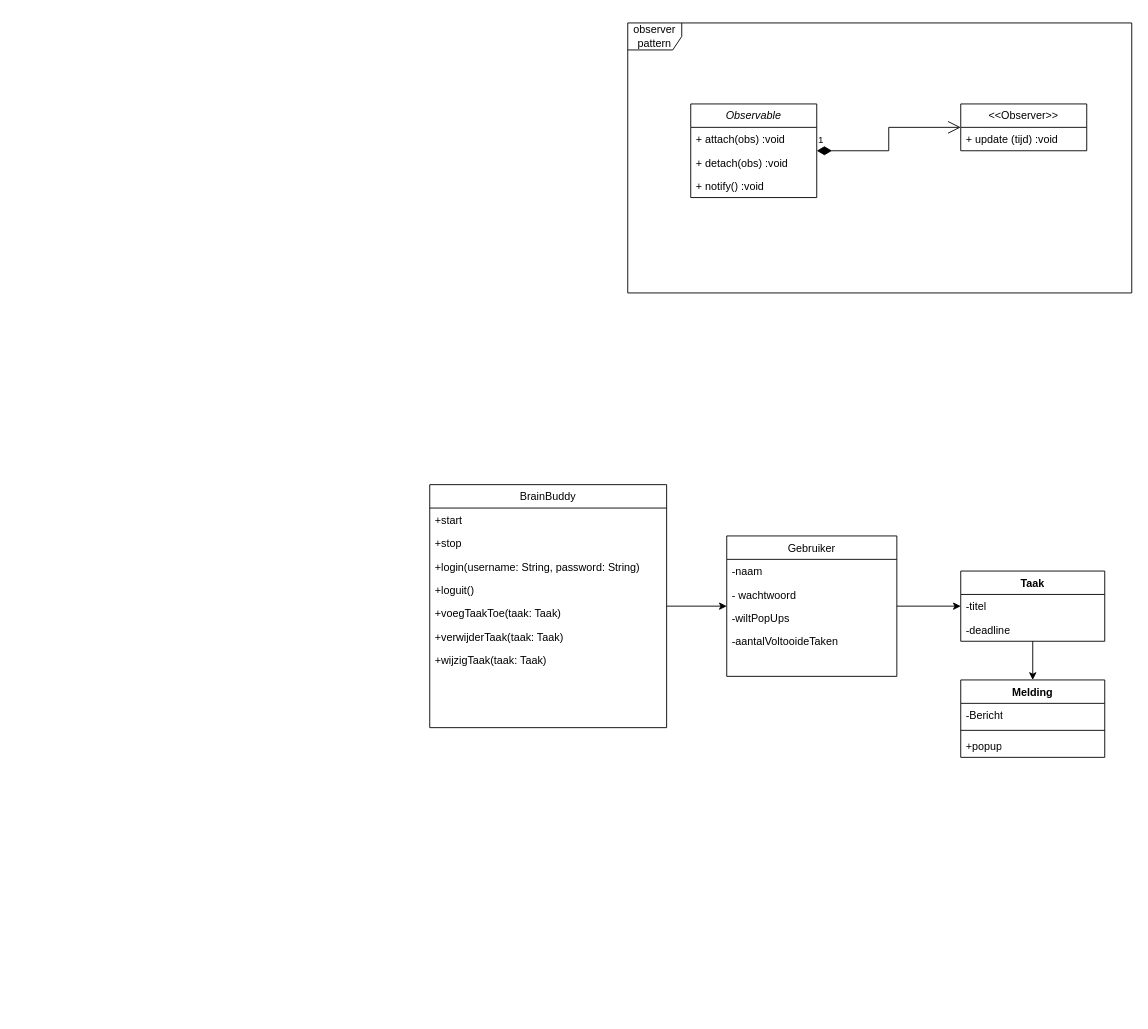
Earlier version of the draw.io diagram OPT3-2023/documentation/Untitled Diagram.drawio (jipiekaye/OPT3-2023). Source tidied: cells renumbered, new cells numbered last; positions are measured from the earlier drawing's top-left corner, leaving out a move shared by most shapes. Both pictures are drawn from the tidied source at 90%, with x=0, y=0 at pixel (429, 22).
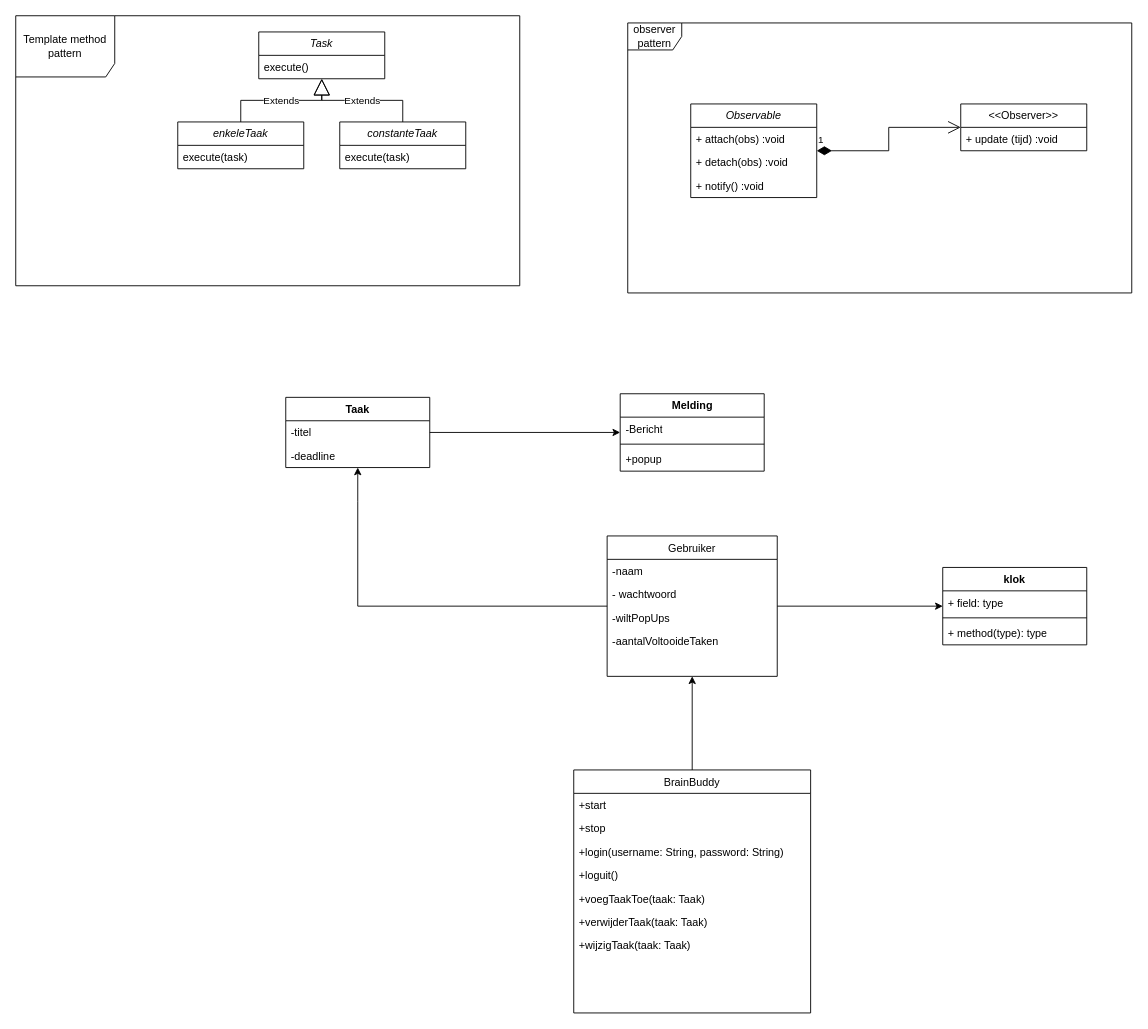
The same diagram, later.

The edit, as a diff of the source:
```diff
@@
     <mxCell id="2" value="Gebruiker" style="swimlane;fontStyle=0;align=center;verticalAlign=top;horizontal=1;startSize=26;rounded=0;shadow=0;strokeWidth=1;" parent="1" vertex="1">
-      <mxGeometry x="330" y="570" width="189" height="156" as="geometry" />
+      <mxGeometry x="197.1" y="570" width="189" height="156" as="geometry" />
     </mxCell>
@@
     <mxCell id="8" value="Taak" style="swimlane;fontStyle=1;align=center;verticalAlign=top;horizontal=1;startSize=26;whiteSpace=wrap;html=1;" parent="1" vertex="1">
-      <mxGeometry x="590" y="609" width="160" height="78" as="geometry" />
+      <mxGeometry x="-160" y="416" width="160" height="78" as="geometry" />
     </mxCell>
@@
     <mxCell id="11" value="Melding" style="swimlane;fontStyle=1;align=center;verticalAlign=top;horizontal=1;startSize=26;whiteSpace=wrap;html=1;" parent="1" vertex="1">
-      <mxGeometry x="590" y="730" width="160" height="86" as="geometry" />
+      <mxGeometry x="211.6" y="412" width="160" height="86" as="geometry" />
     </mxCell>
@@
     <mxCell id="15" value="BrainBuddy" style="swimlane;fontStyle=0;align=center;verticalAlign=top;horizontal=1;startSize=26;rounded=0;shadow=0;strokeWidth=1;" parent="1" vertex="1">
-      <mxGeometry y="513" width="263.2" height="270" as="geometry" />
+      <mxGeometry x="160" y="830" width="263.2" height="270" as="geometry" />
     </mxCell>
@@
+    <mxCell id="36" value="Template method pattern" style="shape=umlFrame;whiteSpace=wrap;html=1;width=110;height=68;" parent="1" vertex="1">
+      <mxGeometry x="-460" y="-8" width="560" height="300" as="geometry" />
+    </mxCell>
+    <mxCell id="37" value="&lt;i&gt;Task&lt;/i&gt;" style="swimlane;fontStyle=0;horizontal=1;startSize=26;fillColor=none;whiteSpace=wrap;html=1;" parent="1" vertex="1">
+      <mxGeometry x="-190" y="10" width="140" height="52" as="geometry" />
+    </mxCell>
+    <mxCell id="38" value="execute()" style="text;strokeColor=none;fillColor=none;align=left;verticalAlign=top;spacingLeft=4;spacingRight=4;overflow=hidden;whiteSpace=wrap;html=1;" parent="37" vertex="1">
+      <mxGeometry y="26" width="140" height="26" as="geometry" />
+    </mxCell>
+    <mxCell id="39" value="&lt;i&gt;enkeleTaak&lt;/i&gt;" style="swimlane;fontStyle=0;horizontal=1;startSize=26;fillColor=none;whiteSpace=wrap;html=1;" parent="1" vertex="1">
+      <mxGeometry x="-280" y="110" width="140" height="52" as="geometry" />
+    </mxCell>
+    <mxCell id="40" value="execute(task)" style="text;strokeColor=none;fillColor=none;align=left;verticalAlign=top;spacingLeft=4;spacingRight=4;overflow=hidden;whiteSpace=wrap;html=1;" parent="39" vertex="1">
+      <mxGeometry y="26" width="140" height="26" as="geometry" />
+    </mxCell>
+    <mxCell id="41" value="&lt;i&gt;constanteTaak&lt;/i&gt;" style="swimlane;fontStyle=0;horizontal=1;startSize=26;fillColor=none;whiteSpace=wrap;html=1;" parent="1" vertex="1">
+      <mxGeometry x="-100" y="110" width="140" height="52" as="geometry" />
+    </mxCell>
+    <mxCell id="42" value="execute(task)" style="text;strokeColor=none;fillColor=none;align=left;verticalAlign=top;spacingLeft=4;spacingRight=4;overflow=hidden;whiteSpace=wrap;html=1;" parent="41" vertex="1">
+      <mxGeometry y="26" width="140" height="26" as="geometry" />
+    </mxCell>
+    <mxCell id="43" value="Extends" style="endArrow=block;endSize=16;endFill=0;html=1;rounded=0;edgeStyle=elbowEdgeStyle;elbow=vertical;" parent="1" edge="1" source="39" target="37">
+      <mxGeometry relative="1" as="geometry" />
+    </mxCell>
+    <mxCell id="44" value="Extends" style="endArrow=block;endSize=16;endFill=0;html=1;rounded=0;edgeStyle=elbowEdgeStyle;elbow=vertical;" parent="1" edge="1" source="41" target="37">
+      <mxGeometry relative="1" as="geometry" />
+    </mxCell>
+    <mxCell id="45" style="edgeStyle=orthogonalEdgeStyle;rounded=0;jettySize=auto;html=1;" parent="1" edge="1" source="2" target="46">
+      <mxGeometry relative="1" as="geometry" />
+    </mxCell>
+    <mxCell id="46" value="klok" style="swimlane;fontStyle=1;align=center;verticalAlign=top;horizontal=1;startSize=26;whiteSpace=wrap;html=1;" parent="1" vertex="1">
+      <mxGeometry x="570" y="605" width="160" height="86" as="geometry" />
+    </mxCell>
+    <mxCell id="47" value="+ field: type" style="text;strokeColor=none;fillColor=none;align=left;verticalAlign=top;spacingLeft=4;spacingRight=4;overflow=hidden;whiteSpace=wrap;html=1;" parent="46" vertex="1">
+      <mxGeometry y="26" width="160" height="26" as="geometry" />
+    </mxCell>
+    <mxCell id="48" style="line;strokeWidth=1;fillColor=none;align=left;verticalAlign=middle;spacingTop=-1;spacingLeft=3;spacingRight=3;labelPosition=right;strokeColor=inherit;" parent="46" vertex="1">
+      <mxGeometry y="52" width="160" height="8" as="geometry" />
+    </mxCell>
+    <mxCell id="49" value="+ method(type): type" style="text;strokeColor=none;fillColor=none;align=left;verticalAlign=top;spacingLeft=4;spacingRight=4;overflow=hidden;whiteSpace=wrap;html=1;" parent="46" vertex="1">
+      <mxGeometry y="60" width="160" height="26" as="geometry" />
+    </mxCell>
```
